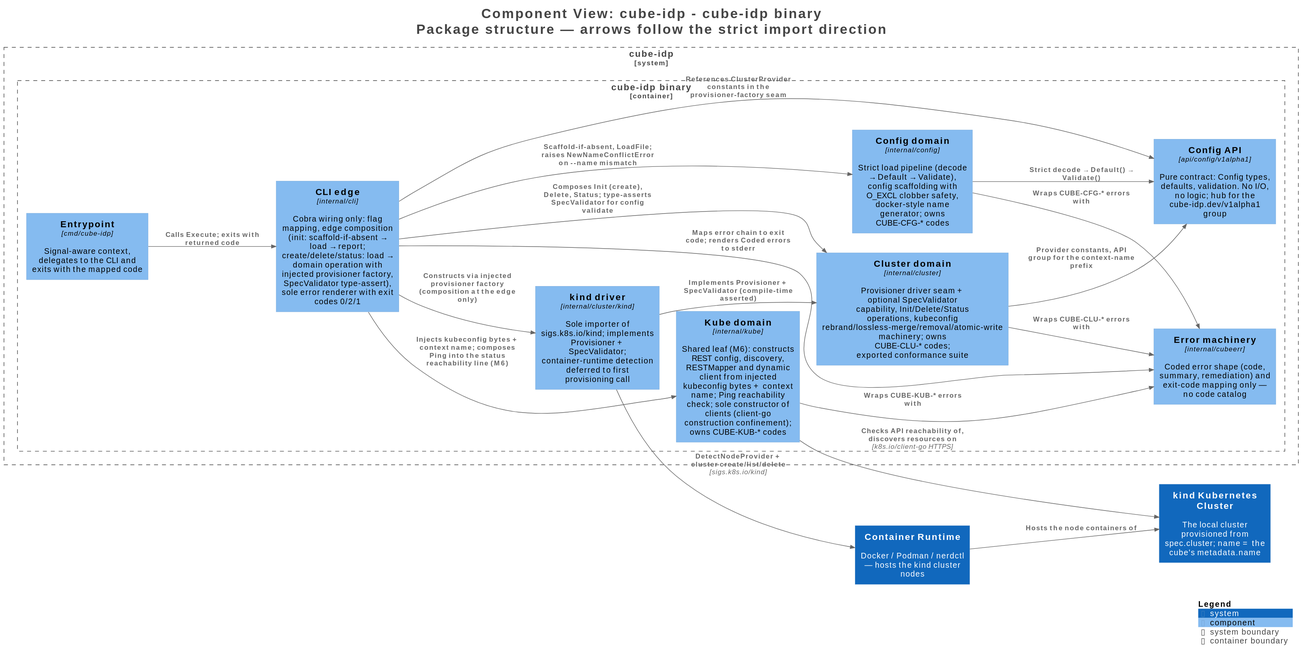
cube-idp/cube-idp keeps this PlantUML diagram as docs/architecture/structurizr-Components.svg. Above is the earlier version.
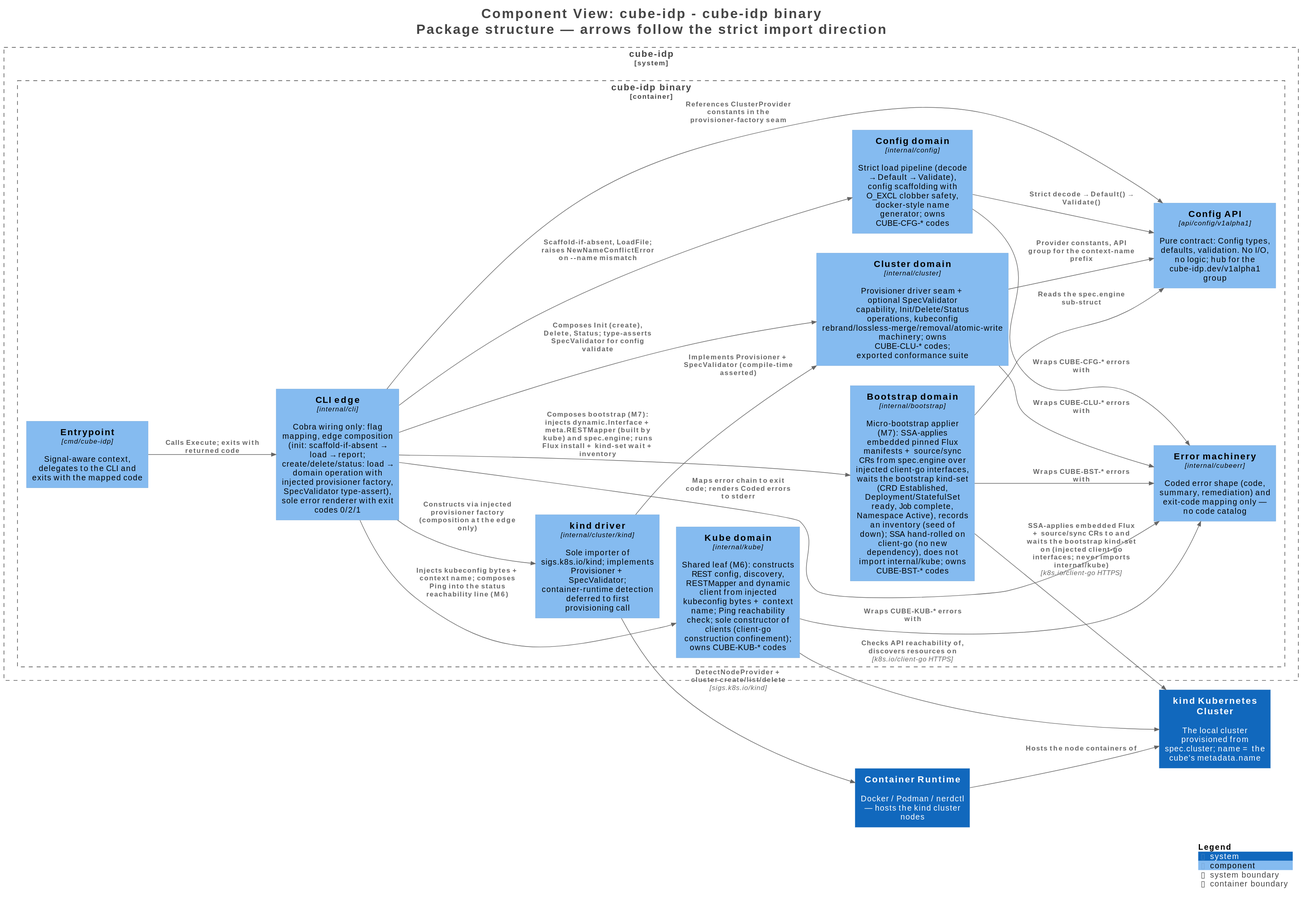
After the commit.

Commit message:
docs(m7): bootstrap design gate — internal/bootstrap, Flux-first direction

Diff of the diagram source:
```diff
@@ -21,6 +21,7 @@
 System_Boundary("cubeidp_boundary", "cube-idp", $tags="") {
   Container_Boundary("cubeidp.cubeidpbinary_boundary", "cube-idp binary", $tags="") {
     Component(cubeidp.cubeidpbinary.Kubedomain, "Kube domain", $techn="internal/kube", $descr="Shared leaf (M6): constructs REST config, discovery, RESTMapper and dynamic client from injected kubeconfig bytes + context name; Ping reachability check; sole constructor of clients (client-go construction confinement); owns CUBE-KUB-* codes", $tags="", $link="")
+    Component(cubeidp.cubeidpbinary.Bootstrapdomain, "Bootstrap domain", $techn="internal/bootstrap", $descr="Micro-bootstrap applier (M7): SSA-applies embedded pinned Flux manifests + source/sync CRs from spec.engine over injected client-go interfaces, waits the bootstrap kind-set (CRD Established, Deployment/StatefulSet ready, Job complete, Namespace Active), records an inventory (seed of down); SSA hand-rolled on client-go (no new dependency), does not import internal/kube; owns CUBE-BST-* codes", $tags="", $link="")
     Component(cubeidp.cubeidpbinary.Errormachinery, "Error machinery", $techn="internal/cubeerr", $descr="Coded error shape (code, summary, remediation) and exit-code mapping only — no code catalog", $tags="", $link="")
     Component(cubeidp.cubeidpbinary.Entrypoint, "Entrypoint", $techn="cmd/cube-idp", $descr="Signal-aware context, delegates to the CLI and exits with the mapped code", $tags="", $link="")
     Component(cubeidp.cubeidpbinary.CLIedge, "CLI edge", $techn="internal/cli", $descr="Cobra wiring only: flag mapping, edge composition (init: scaffold-if-absent → load → report; create/delete/status: load → domain operation with injected provisioner factory, SpecValidator type-assert), sole error renderer with exit codes 0/2/1", $tags="", $link="")
@@ -39,6 +40,7 @@
 Rel(cubeidp.cubeidpbinary.CLIedge, cubeidp.cubeidpbinary.Clusterdomain, "Composes Init (create), Delete, Status; type-asserts SpecValidator for config validate", $techn="", $tags="", $link="")
 Rel(cubeidp.cubeidpbinary.CLIedge, cubeidp.cubeidpbinary.kinddriver, "Constructs via injected provisioner factory (composition at the edge only)", $techn="", $tags="", $link="")
 Rel(cubeidp.cubeidpbinary.CLIedge, cubeidp.cubeidpbinary.Kubedomain, "Injects kubeconfig bytes + context name; composes Ping into the status reachability line (M6)", $techn="", $tags="", $link="")
+Rel(cubeidp.cubeidpbinary.CLIedge, cubeidp.cubeidpbinary.Bootstrapdomain, "Composes bootstrap (M7): injects dynamic.Interface + meta.RESTMapper (built by kube) and spec.engine; runs Flux install + kind-set wait + inventory", $techn="", $tags="", $link="")
 Rel(cubeidp.cubeidpbinary.CLIedge, cubeidp.cubeidpbinary.Errormachinery, "Maps error chain to exit code; renders Coded errors to stderr", $techn="", $tags="", $link="")
 Rel(cubeidp.cubeidpbinary.Configdomain, cubeidp.cubeidpbinary.ConfigAPI, "Strict decode → Default() → Validate()", $techn="", $tags="", $link="")
 Rel(cubeidp.cubeidpbinary.Clusterdomain, cubeidp.cubeidpbinary.ConfigAPI, "Provider constants, API group for the context-name prefix", $techn="", $tags="", $link="")
@@ -46,6 +48,9 @@
 Rel(cubeidp.cubeidpbinary.Clusterdomain, cubeidp.cubeidpbinary.Errormachinery, "Wraps CUBE-CLU-* errors with", $techn="", $tags="", $link="")
 Rel(cubeidp.cubeidpbinary.Kubedomain, cubeidp.cubeidpbinary.Errormachinery, "Wraps CUBE-KUB-* errors with", $techn="", $tags="", $link="")
 Rel(cubeidp.cubeidpbinary.Kubedomain, kindKubernetesCluster, "Checks API reachability of, discovers resources on", $techn="k8s.io/client-go HTTPS", $tags="", $link="")
+Rel(cubeidp.cubeidpbinary.Bootstrapdomain, cubeidp.cubeidpbinary.ConfigAPI, "Reads the spec.engine sub-struct", $techn="", $tags="", $link="")
+Rel(cubeidp.cubeidpbinary.Bootstrapdomain, cubeidp.cubeidpbinary.Errormachinery, "Wraps CUBE-BST-* errors with", $techn="", $tags="", $link="")
+Rel(cubeidp.cubeidpbinary.Bootstrapdomain, kindKubernetesCluster, "SSA-applies embedded Flux + source/sync CRs to and waits the bootstrap kind-set on (injected client-go interfaces; never imports internal/kube)", $techn="k8s.io/client-go HTTPS", $tags="", $link="")
 Rel(cubeidp.cubeidpbinary.kinddriver, cubeidp.cubeidpbinary.Clusterdomain, "Implements Provisioner + SpecValidator (compile-time asserted)", $techn="", $tags="", $link="")
 Rel(cubeidp.cubeidpbinary.kinddriver, ContainerRuntime, "DetectNodeProvider + cluster create/list/delete", $techn="sigs.k8s.io/kind", $tags="", $link="")
 
```
